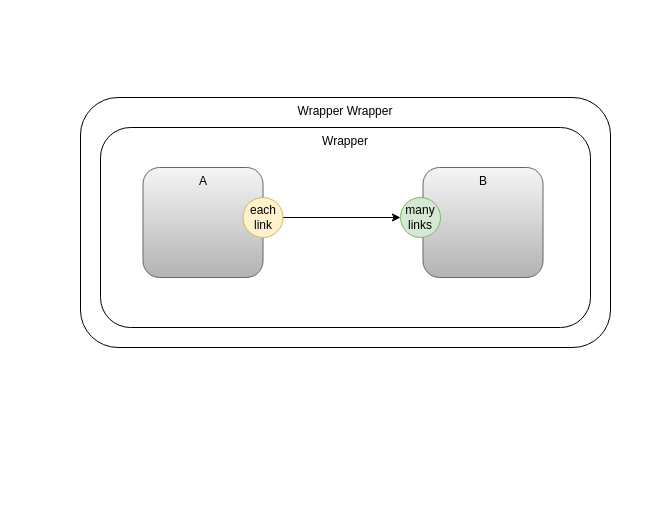
guitarvydas/play keeps this draw.io diagram as page "wrapper no inputs" (4 of 6) of towardsdas/towards das.drawio. Above is the earlier version. Source tidied: cells renumbered, new cells numbered last; positions are measured from the earlier drawing's top-left corner, leaving out a move shared by most shapes. Both pictures are drawn from the tidied source at 100%, with x=0, y=0 at pixel (80, 97).
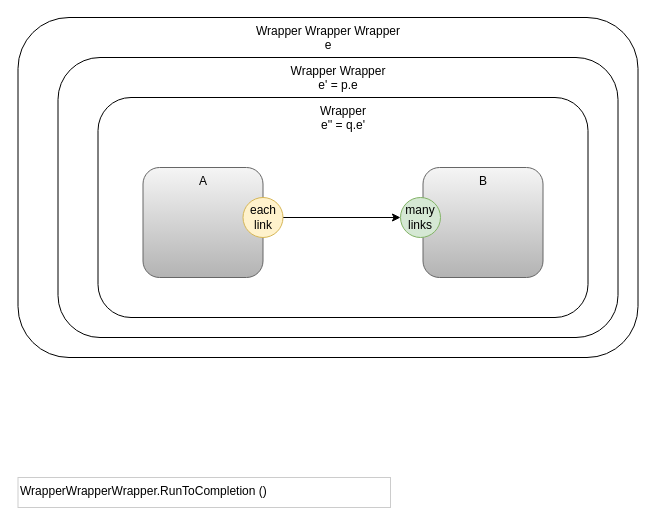
Above is the later version.

Diff of the diagram source:
```diff
@@
 <mxGraphModel>
   <root>
     <mxCell id="0" />
     <mxCell id="1" parent="0" />
+    <mxCell id="9" value="Wrapper Wrapper Wrapper&lt;br&gt;e" style="rounded=1;whiteSpace=wrap;html=1;verticalAlign=top;" parent="1" vertex="1">
+      <mxGeometry x="-62.5" y="-80" width="620" height="340" as="geometry" />
+    </mxCell>
-    <mxCell id="2" value="Wrapper Wrapper" style="rounded=1;whiteSpace=wrap;html=1;verticalAlign=top;" parent="1" vertex="1">
-      <mxGeometry width="530" height="250" as="geometry" />
+    <mxCell id="2" value="Wrapper Wrapper&lt;br&gt;e' = p.e" style="rounded=1;whiteSpace=wrap;html=1;verticalAlign=top;" parent="1" vertex="1">
+      <mxGeometry x="-22.5" y="-40" width="560" height="280" as="geometry" />
     </mxCell>
-    <mxCell id="3" value="Wrapper" style="rounded=1;whiteSpace=wrap;html=1;verticalAlign=top;" parent="1" vertex="1">
-      <mxGeometry x="20" y="30" width="490" height="200" as="geometry" />
+    <mxCell id="3" value="Wrapper&lt;br&gt;e'' = q.e'" style="rounded=1;whiteSpace=wrap;html=1;verticalAlign=top;" parent="1" vertex="1">
+      <mxGeometry x="17.5" width="490" height="220" as="geometry" />
     </mxCell>
     <mxCell id="4" value="A" style="rounded=1;whiteSpace=wrap;html=1;horizontal=1;verticalAlign=top;fillColor=#f5f5f5;strokeColor=#666666;gradientColor=#b3b3b3;" parent="1" vertex="1">
       <mxGeometry x="62.5" y="70" width="120" height="110" as="geometry" />
     </mxCell>
     <mxCell id="5" style="edgeStyle=orthogonalEdgeStyle;rounded=0;jettySize=auto;html=1;exitX=1;exitY=0.5;exitDx=0;exitDy=0;" parent="1" edge="1" source="6" target="8">
       <mxGeometry relative="1" as="geometry" />
     </mxCell>
     <mxCell id="6" value="each link" style="ellipse;whiteSpace=wrap;html=1;fillColor=#fff2cc;strokeColor=#d6b656;" parent="1" vertex="1">
       <mxGeometry x="162.5" y="100" width="40" height="40" as="geometry" />
     </mxCell>
     <mxCell id="7" value="B" style="rounded=1;whiteSpace=wrap;html=1;horizontal=1;verticalAlign=top;fillColor=#f5f5f5;strokeColor=#666666;gradientColor=#b3b3b3;" parent="1" vertex="1">
       <mxGeometry x="342.5" y="70" width="120" height="110" as="geometry" />
     </mxCell>
     <mxCell id="8" value="many links" style="ellipse;whiteSpace=wrap;html=1;fillColor=#d5e8d4;strokeColor=#82b366;" parent="1" vertex="1">
       <mxGeometry x="320" y="100" width="40" height="40" as="geometry" />
     </mxCell>
+    <mxCell id="10" value="&lt;div&gt;WrapperWrapperWrapper.RunToCompletion ()&lt;/div&gt;&lt;div&gt;&lt;br&gt;&lt;/div&gt;" style="rounded=0;whiteSpace=wrap;html=1;opacity=20;align=left;spacingLeft=0;verticalAlign=top;" parent="1" vertex="1">
+      <mxGeometry x="-62.5" y="380" width="372.5" height="30" as="geometry" />
+    </mxCell>
   </root>
 </mxGraphModel>
```
